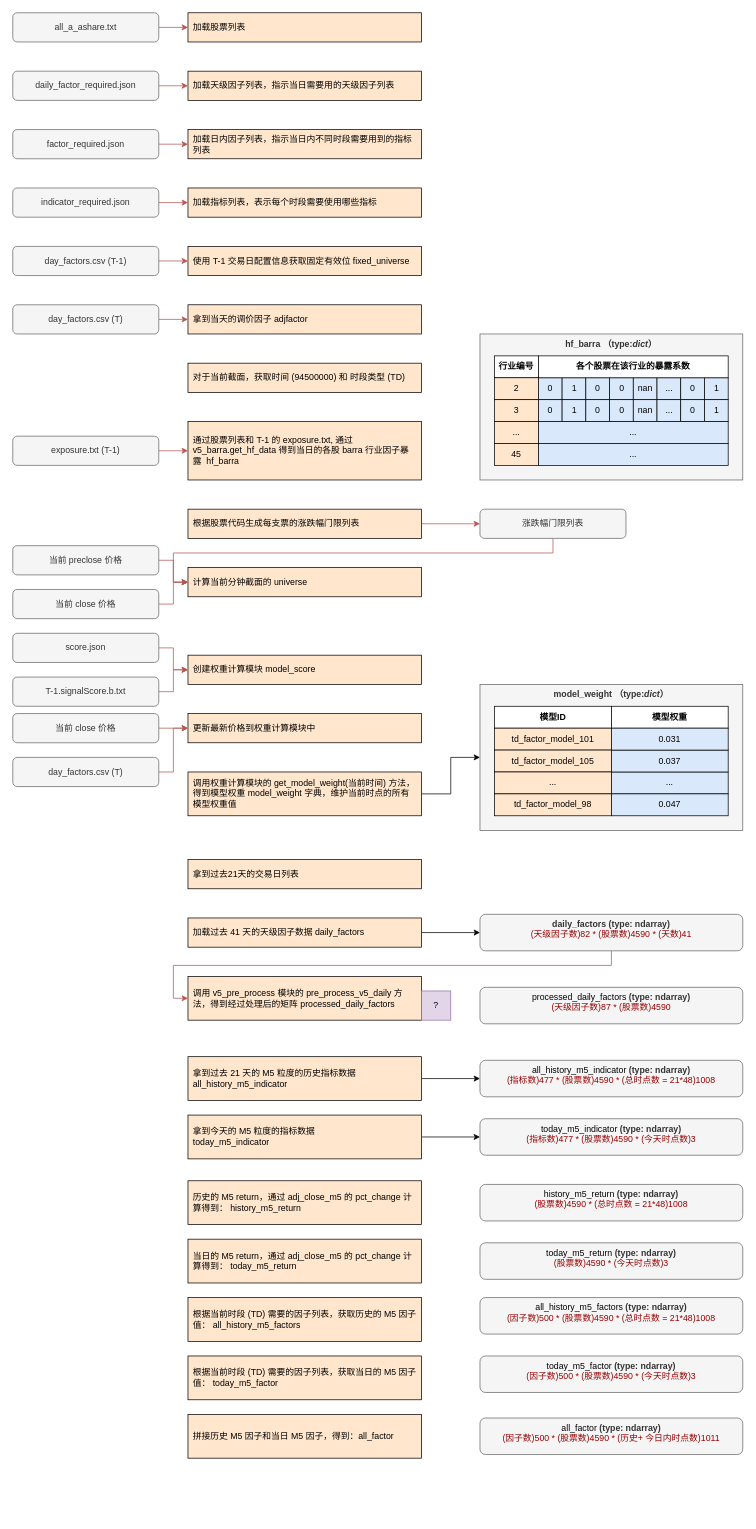
zhaxd123/drawio keeps this draw.io diagram as page "代码流程走读" (1 of 2) of gaalaxy.drawio. Above is the earlier version. Source tidied: cells renumbered, new cells numbered last; positions are measured from the earlier drawing's top-left corner, leaving out a move shared by most shapes. Both pictures are drawn from the tidied source at 73%, with x=0, y=0 at pixel (12, 12).
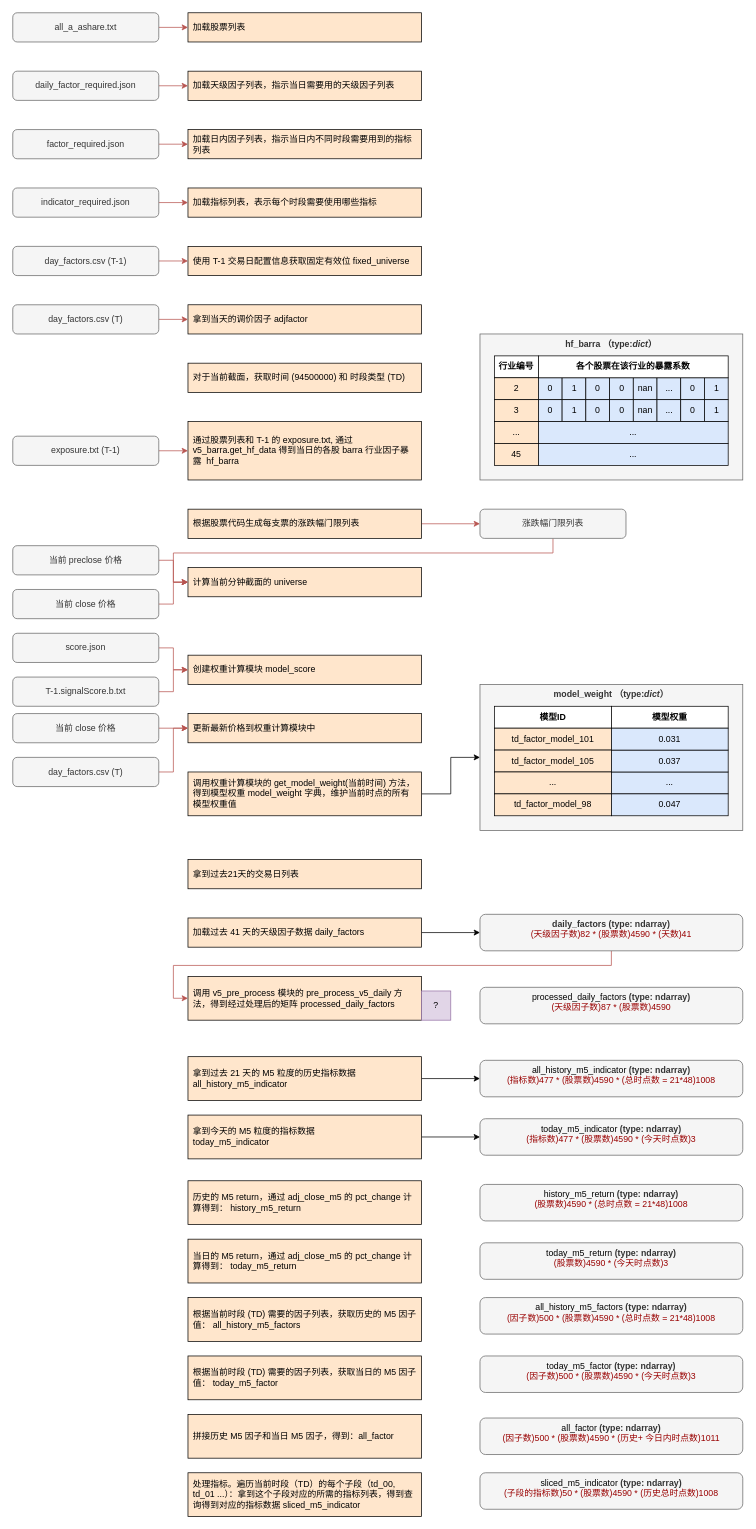
After the change.

The edit, as a diff of the source:
```diff
@@
+    <mxCell id="107" value="处理指标。遍历当前时段（TD）的每个子段（td_00, td_01 ...）：&lt;span style=&quot;background-color: transparent; color: light-dark(rgb(0, 0, 0), rgb(255, 255, 255));&quot;&gt;拿到这个子段对应的所需的指标列表，得到查询得到对应的指标数据 sliced_m5_indicator&lt;/span&gt;" style="rounded=0;whiteSpace=wrap;html=1;align=left;spacingLeft=5;spacingRight=5;spacingTop=2;spacingBottom=2;fillColor=#ffe6cc;strokeColor=#000000;" parent="1" vertex="1">
+      <mxGeometry x="240" y="2000" width="320" height="60" as="geometry" />
+    </mxCell>
+    <mxCell id="108" value="&lt;span style=&quot;color: rgb(0, 0, 0); text-align: left;&quot;&gt;sliced_m5_indicator&amp;nbsp;&lt;/span&gt;&lt;span style=&quot;text-align: left;&quot;&gt;&lt;b&gt;(type: ndarray)&lt;/b&gt;&lt;/span&gt;&lt;div&gt;&lt;span style=&quot;text-align: left;&quot;&gt;&lt;font style=&quot;color: rgb(153, 0, 0);&quot;&gt;(子段的指标数)50 * (股票数)4590 *&amp;nbsp;&lt;/font&gt;&lt;/span&gt;&lt;span style=&quot;color: rgb(153, 0, 0); text-align: left; background-color: transparent;&quot;&gt;(历史总时点数)1008&lt;/span&gt;&lt;/div&gt;" style="rounded=1;whiteSpace=wrap;html=1;verticalAlign=top;fillColor=#f5f5f5;fontColor=#333333;strokeColor=#666666;" parent="1" vertex="1">
+      <mxGeometry x="640" y="2000" width="360" height="50" as="geometry" />
+    </mxCell>
```
